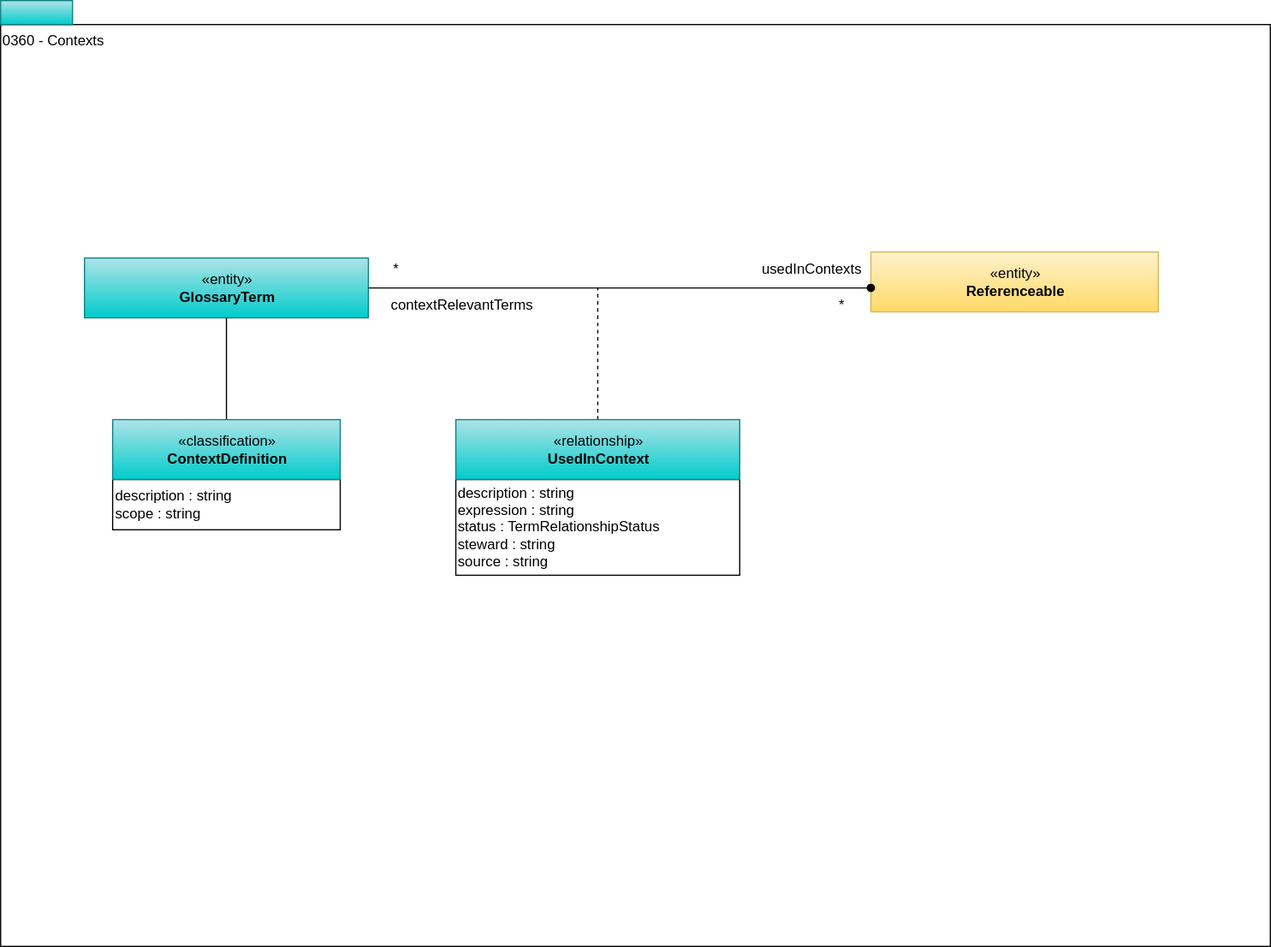
The draw.io diagram site/docs/types/3/0360-Contexts.svg in odpi/egeria-docs, before a commit. Source tidied: cells renumbered, new cells last; positions are measured from the earlier drawing's top-left corner, leaving out a move shared by most shapes. Source of this version:
```xml
<mxGraphModel>
  <root>
    <mxCell id="0" />
    <mxCell id="1" parent="0" />
    <mxCell id="2" value="0360 - Contexts" style="rounded=0;whiteSpace=wrap;html=1;align=left;verticalAlign=top;" parent="1" vertex="1">
      <mxGeometry y="20" width="1060" height="770" as="geometry" />
    </mxCell>
    <mxCell id="3" style="rounded=0;whiteSpace=wrap;html=1;align=left;fillColor=#b0e3e6;strokeColor=#0e8088;gradientColor=#00CCCC;" parent="1" vertex="1">
      <mxGeometry width="60" height="20" as="geometry" />
    </mxCell>
    <mxCell id="4" value="description : string&lt;br&gt;expression : string&lt;br&gt;status : TermRelationshipStatus&lt;br&gt;steward : string&lt;br&gt;source : string" style="rounded=0;whiteSpace=wrap;html=1;strokeColor=#000000;gradientColor=#ffffff;align=left;" parent="1" vertex="1">
      <mxGeometry x="380" y="400" width="237" height="80" as="geometry" />
    </mxCell>
    <mxCell id="5" style="edgeStyle=orthogonalEdgeStyle;rounded=0;jettySize=auto;html=1;endArrow=none;endFill=0;dashed=1;" parent="1" edge="1" source="6">
      <mxGeometry relative="1" as="geometry">
        <mxPoint x="498.5" y="240" as="targetPoint" />
      </mxGeometry>
    </mxCell>
    <mxCell id="6" value="«relationship»&lt;br&gt;&lt;b&gt;UsedInContext&lt;/b&gt;" style="html=1;strokeColor=#0e8088;align=center;fillColor=#b0e3e6;gradientColor=#00CCCC;" parent="1" vertex="1">
      <mxGeometry x="380" y="350" width="237" height="50" as="geometry" />
    </mxCell>
    <mxCell id="7" value="«entity»&lt;br&gt;&lt;b&gt;GlossaryTerm&lt;/b&gt;" style="html=1;strokeColor=#0e8088;align=center;fillColor=#b0e3e6;gradientColor=#00CCCC;" parent="1" vertex="1">
      <mxGeometry x="70" y="215" width="237" height="50" as="geometry" />
    </mxCell>
    <mxCell id="8" value="contextRelevantTerms" style="text;html=1;align=center;verticalAlign=middle;" parent="1" vertex="1">
      <mxGeometry x="320" y="245" width="130" height="20" as="geometry" />
    </mxCell>
    <mxCell id="9" value="usedInContexts" style="text;html=1;align=center;verticalAlign=middle;" parent="1" vertex="1">
      <mxGeometry x="626.5" y="215" width="100" height="20" as="geometry" />
    </mxCell>
    <mxCell id="10" value="*" style="text;html=1;align=center;verticalAlign=middle;" parent="1" vertex="1">
      <mxGeometry x="320" y="215" width="20" height="20" as="geometry" />
    </mxCell>
    <mxCell id="11" value="*" style="text;html=1;align=center;verticalAlign=middle;" parent="1" vertex="1">
      <mxGeometry x="691.5" y="245" width="20" height="20" as="geometry" />
    </mxCell>
    <mxCell id="12" value="description : string&lt;br&gt;scope : string&lt;br&gt;&lt;div style=&quot;text-align: left&quot;&gt;&lt;/div&gt;" style="rounded=0;whiteSpace=wrap;html=1;strokeColor=#000000;gradientColor=#ffffff;align=left;" parent="1" vertex="1">
      <mxGeometry x="93.5" y="400" width="190" height="42" as="geometry" />
    </mxCell>
    <mxCell id="13" style="edgeStyle=orthogonalEdgeStyle;rounded=0;jettySize=auto;html=1;exitX=0.5;exitY=0;exitDx=0;exitDy=0;endArrow=none;endFill=0;" parent="1" edge="1" source="14">
      <mxGeometry relative="1" as="geometry">
        <mxPoint x="188.5" y="265" as="targetPoint" />
      </mxGeometry>
    </mxCell>
    <mxCell id="14" value="«classification»&lt;br&gt;&lt;b&gt;ContextDefinition&lt;/b&gt;" style="html=1;strokeColor=#0e8088;align=center;fillColor=#b0e3e6;gradientColor=#00CCCC;" parent="1" vertex="1">
      <mxGeometry x="93.5" y="350" width="190" height="50" as="geometry" />
    </mxCell>
    <mxCell id="15" value="«entity»&lt;br&gt;&lt;b&gt;Referenceable&lt;/b&gt;" style="html=1;strokeColor=#d6b656;align=center;fillColor=#fff2cc;gradientColor=#ffd966;" parent="1" vertex="1">
      <mxGeometry x="726.5" y="210" width="240" height="50" as="geometry" />
    </mxCell>
    <mxCell id="16" style="edgeStyle=orthogonalEdgeStyle;rounded=0;jettySize=auto;html=1;endArrow=oval;endFill=1;" parent="1" edge="1" source="7">
      <mxGeometry relative="1" as="geometry">
        <mxPoint x="726.5" y="240" as="targetPoint" />
      </mxGeometry>
    </mxCell>
  </root>
</mxGraphModel>
```
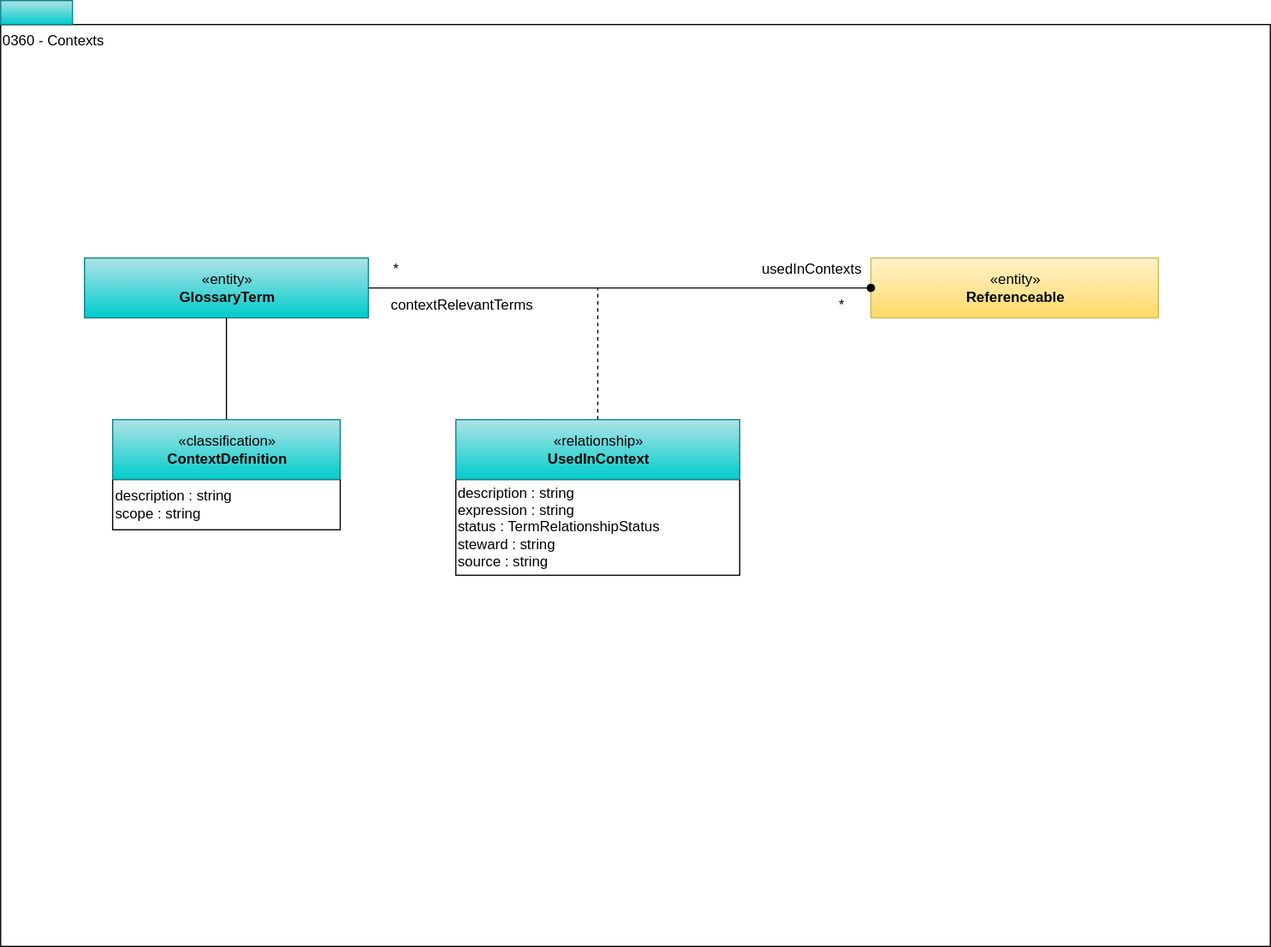
Above is the later version.

What changed in the source:
```diff
@@ -46,12 +46,10 @@
       <mxGeometry x="93.5" y="350" width="190" height="50" as="geometry" />
     </mxCell>
     <mxCell id="15" value="«entity»&lt;br&gt;&lt;b&gt;Referenceable&lt;/b&gt;" style="html=1;strokeColor=#d6b656;align=center;fillColor=#fff2cc;gradientColor=#ffd966;" parent="1" vertex="1">
-      <mxGeometry x="726.5" y="210" width="240" height="50" as="geometry" />
+      <mxGeometry x="726.5" y="215" width="240" height="50" as="geometry" />
     </mxCell>
-    <mxCell id="16" style="edgeStyle=orthogonalEdgeStyle;rounded=0;jettySize=auto;html=1;endArrow=oval;endFill=1;" parent="1" edge="1" source="7">
-      <mxGeometry relative="1" as="geometry">
-        <mxPoint x="726.5" y="240" as="targetPoint" />
-      </mxGeometry>
+    <mxCell id="16" style="edgeStyle=orthogonalEdgeStyle;rounded=0;jettySize=auto;html=1;endArrow=oval;endFill=1;entryX=0;entryY=0.5;entryDx=0;entryDy=0;" parent="1" edge="1" source="7" target="15">
+      <mxGeometry relative="1" as="geometry" />
     </mxCell>
   </root>
 </mxGraphModel>
```
